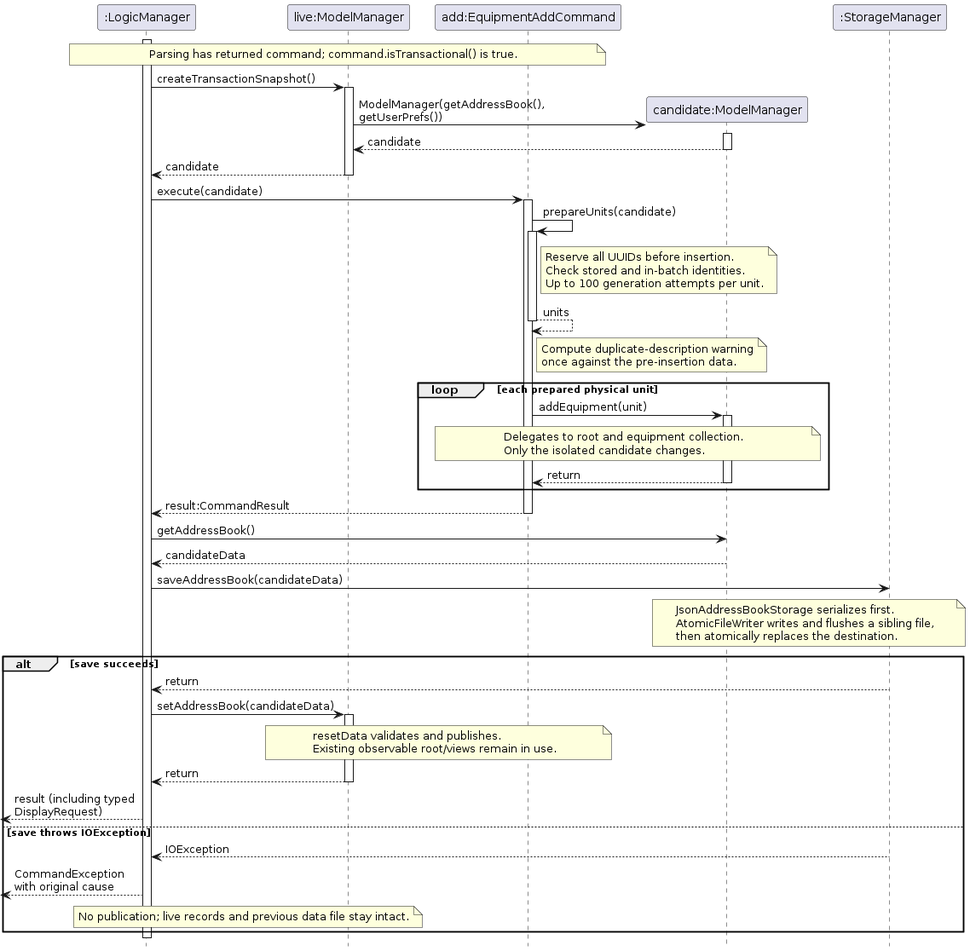
Above: diagrams/EquipmentTransactionSequence.png in AY2627S1-CS2103T-F15-2/tp (PlantUML), before the change. Its source is kept beside it as diagrams/EquipmentTransactionSequence.puml. Source of this version:
```plantuml
@startuml
skinparam shadowing false
skinparam defaultFontName Arial
hide footbox
skinparam maxMessageSize 150
skinparam ParticipantPadding 10

participant ":LogicManager" as logic
participant "live:ModelManager" as live
participant "add:EquipmentAddCommand" as command
participant "candidate:ModelManager" as candidate
participant ":StorageManager" as storage

note over logic, command
  Parsing has returned command; command.isTransactional() is true.
end note
activate logic
logic -> live : createTransactionSnapshot()
activate live
create candidate
live -> candidate : ModelManager(getAddressBook(), getUserPrefs())
activate candidate
candidate --> live : candidate
deactivate candidate
live --> logic : candidate
deactivate live
logic -> command : execute(candidate)
activate command
command -> command : prepareUnits(candidate)
activate command
note right of command
  Reserve all UUIDs before insertion.
  Check stored and in-batch identities.
  Up to 100 generation attempts per unit.
end note
command --> command : units
deactivate command
note right of command
  Compute duplicate-description warning
  once against the pre-insertion data.
end note
loop each prepared physical unit
  command -> candidate : addEquipment(unit)
  activate candidate
  note over command, candidate
    Delegates to root and equipment collection.
    Only the isolated candidate changes.
  end note
  candidate --> command : return
  deactivate candidate
end
command --> logic : result:CommandResult
deactivate command
logic -> candidate : getAddressBook()
candidate --> logic : candidateData
logic -> storage : saveAddressBook(candidateData)
note over candidate, storage
  JsonAddressBookStorage serializes first.
  AtomicFileWriter writes and flushes a sibling file,
  then atomically replaces the destination.
end note
alt save succeeds
  storage --> logic : return
  logic -> live : setAddressBook(candidateData)
  activate live
  note over live, command
    resetData validates and publishes.
    Existing observable root/views remain in use.
  end note
  live --> logic : return
  deactivate live
  [<-- logic : result (including typed DisplayRequest)
else save throws IOException
  storage --> logic : IOException
  [<-- logic : CommandException with original cause
  note over logic, live
    No publication; live records and previous data file stay intact.
  end note
end
deactivate logic
@enduml
```
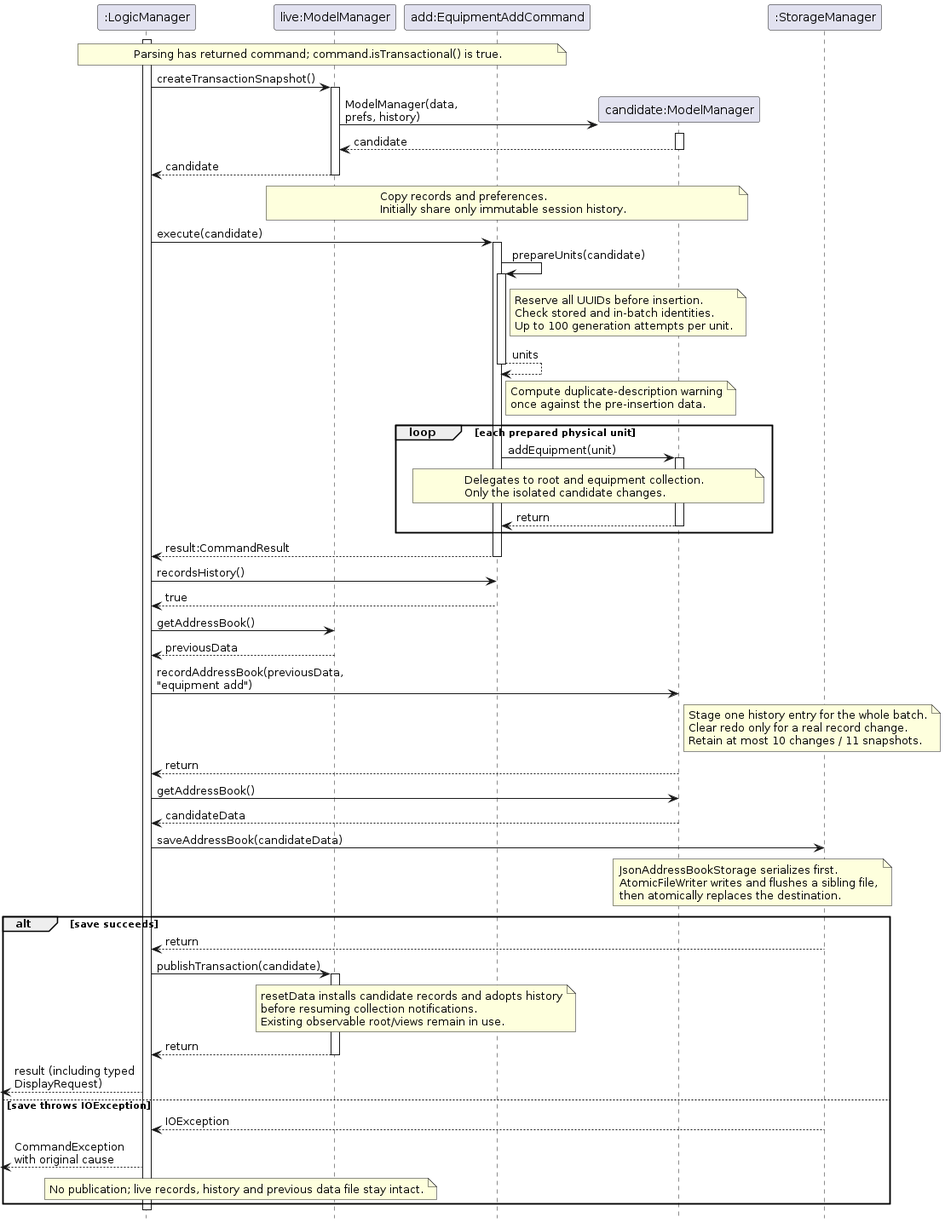
Later version of the same file.

The edit, as a diff of the source:
```diff
@@ -3,7 +3,11 @@
 skinparam defaultFontName Arial
 hide footbox
 skinparam maxMessageSize 150
-skinparam ParticipantPadding 10
+<style>
+participant {
+  padding 10
+}
+</style>
 
 participant ":LogicManager" as logic
 participant "live:ModelManager" as live
@@ -18,12 +22,16 @@
 logic -> live : createTransactionSnapshot()
 activate live
 create candidate
-live -> candidate : ModelManager(getAddressBook(), getUserPrefs())
+live -> candidate : ModelManager(data, prefs, history)
 activate candidate
 candidate --> live : candidate
 deactivate candidate
 live --> logic : candidate
 deactivate live
+note over live, candidate
+  Copy records and preferences.
+  Initially share only immutable session history.
+end note
 logic -> command : execute(candidate)
 activate command
 command -> command : prepareUnits(candidate)
@@ -51,6 +59,17 @@
 end
 command --> logic : result:CommandResult
 deactivate command
+logic -> command : recordsHistory()
+command --> logic : true
+logic -> live : getAddressBook()
+live --> logic : previousData
+logic -> candidate : recordAddressBook(previousData, "equipment add")
+note right of candidate
+  Stage one history entry for the whole batch.
+  Clear redo only for a real record change.
+  Retain at most 10 changes / 11 snapshots.
+end note
+candidate --> logic : return
 logic -> candidate : getAddressBook()
 candidate --> logic : candidateData
 logic -> storage : saveAddressBook(candidateData)
@@ -61,10 +80,11 @@
 end note
 alt save succeeds
   storage --> logic : return
-  logic -> live : setAddressBook(candidateData)
+  logic -> live : publishTransaction(candidate)
   activate live
   note over live, command
-    resetData validates and publishes.
+    resetData installs candidate records and adopts history
+    before resuming collection notifications.
     Existing observable root/views remain in use.
   end note
   live --> logic : return
@@ -74,7 +94,7 @@
   storage --> logic : IOException
   [<-- logic : CommandException with original cause
   note over logic, live
-    No publication; live records and previous data file stay intact.
+    No publication; live records, history and previous data file stay intact.
   end note
 end
 deactivate logic
```
